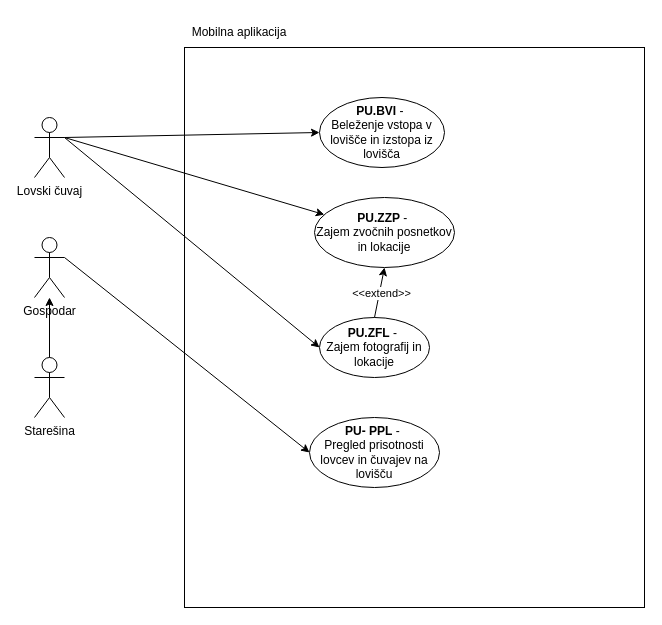
Above: Lovski cuvaj-Mobilna aplikacija.drawio in ErnestISv/Lovstvo (draw.io), before the change. Source tidied: cells renumbered, new cells numbered last; positions are measured from the earlier drawing's top-left corner, leaving out a move shared by most shapes. Both pictures are drawn from the tidied source at 100%, with x=0, y=0 at pixel (34, 17).
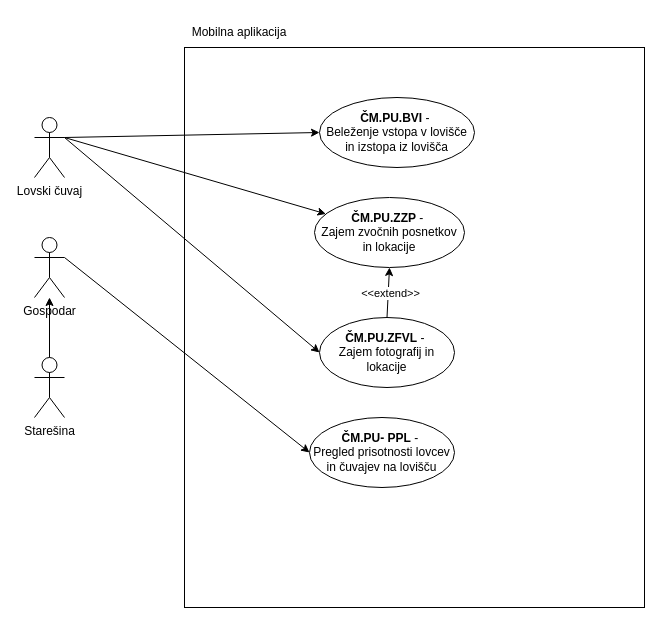
The same page after the edit.

Change to the diagram source:
```diff
@@
 <mxGraphModel>
   <root>
     <mxCell id="0" />
     <mxCell id="1" parent="0" />
     <mxCell id="2" style="rounded=0;whiteSpace=wrap;html=1;" parent="1" vertex="1">
       <mxGeometry x="150" y="30" width="460" height="560" as="geometry" />
     </mxCell>
     <mxCell id="3" value="Lovski čuvaj" style="shape=umlActor;verticalLabelPosition=bottom;verticalAlign=top;html=1;outlineConnect=0;" parent="1" vertex="1">
       <mxGeometry y="100" width="30" height="60" as="geometry" />
     </mxCell>
     <mxCell id="4" value="Starešina" style="shape=umlActor;verticalLabelPosition=bottom;verticalAlign=top;html=1;outlineConnect=0;" parent="1" vertex="1">
       <mxGeometry y="340" width="30" height="60" as="geometry" />
     </mxCell>
     <mxCell id="5" value="Gospodar" style="shape=umlActor;verticalLabelPosition=bottom;verticalAlign=top;html=1;outlineConnect=0;" parent="1" vertex="1">
       <mxGeometry y="220" width="30" height="60" as="geometry" />
     </mxCell>
-    <mxCell id="6" value="&lt;b&gt;PU.ZZP&lt;/b&gt; -&amp;nbsp;&lt;div&gt;Zajem zvočnih posnetkov in lokacije&lt;/div&gt;" style="ellipse;whiteSpace=wrap;html=1;" parent="1" vertex="1">
-      <mxGeometry x="280" y="180" width="140" height="70" as="geometry" />
+    <mxCell id="6" value="&lt;b&gt;ČM.PU.ZZP&lt;/b&gt; -&amp;nbsp;&lt;div&gt;Zajem zvočnih posnetkov in lokacije&lt;/div&gt;" style="ellipse;whiteSpace=wrap;html=1;" parent="1" vertex="1">
+      <mxGeometry x="280" y="180" width="150" height="70" as="geometry" />
     </mxCell>
     <mxCell id="7" style="endArrow=classic;html=1;rounded=0;exitX=1;exitY=0.3333333333333333;exitDx=0;exitDy=0;exitPerimeter=0;" parent="1" edge="1" source="3" target="6">
       <mxGeometry relative="1" as="geometry" />
     </mxCell>
-    <mxCell id="8" value="&lt;b&gt;PU.ZFL&lt;/b&gt; -&amp;nbsp;&lt;div&gt;Zajem fotografij in lokacije&lt;/div&gt;" style="ellipse;whiteSpace=wrap;html=1;" parent="1" vertex="1">
-      <mxGeometry x="285" y="300" width="110" height="60" as="geometry" />
+    <mxCell id="8" value="&lt;b&gt;ČM.PU.ZFVL&lt;/b&gt; -&amp;nbsp;&lt;div&gt;Zajem fotografij in lokacije&lt;/div&gt;" style="ellipse;whiteSpace=wrap;html=1;" parent="1" vertex="1">
+      <mxGeometry x="285" y="300" width="135" height="70" as="geometry" />
     </mxCell>
     <mxCell id="9" style="endArrow=classic;html=1;rounded=0;entryX=0;entryY=0.5;entryDx=0;entryDy=0;" parent="1" edge="1" target="8">
       <mxGeometry relative="1" as="geometry">
         <mxPoint x="30" y="120" as="sourcePoint" />
       </mxGeometry>
     </mxCell>
     <mxCell id="10" value="Mobilna aplikacija" style="text;html=1;align=center;verticalAlign=middle;whiteSpace=wrap;rounded=0;" parent="1" vertex="1">
       <mxGeometry x="150" width="110" height="30" as="geometry" />
     </mxCell>
-    <mxCell id="11" value="&lt;b&gt;PU- PPL&lt;/b&gt; -&amp;nbsp;&lt;div&gt;Pregled prisotnosti lovcev in čuvajev na lovišču&lt;/div&gt;" style="ellipse;whiteSpace=wrap;html=1;" parent="1" vertex="1">
-      <mxGeometry x="275" y="400" width="130" height="70" as="geometry" />
+    <mxCell id="11" value="&lt;b&gt;ČM.PU- PPL&lt;/b&gt; -&amp;nbsp;&lt;div&gt;Pregled prisotnosti lovcev in čuvajev na lovišču&lt;/div&gt;" style="ellipse;whiteSpace=wrap;html=1;" parent="1" vertex="1">
+      <mxGeometry x="275" y="400" width="145" height="70" as="geometry" />
     </mxCell>
     <mxCell id="12" style="endArrow=classic;html=1;rounded=0;exitX=1;exitY=0.3333333333333333;exitDx=0;exitDy=0;exitPerimeter=0;entryX=0;entryY=0.5;entryDx=0;entryDy=0;" parent="1" edge="1" source="5" target="11">
       <mxGeometry relative="1" as="geometry" />
     </mxCell>
     <mxCell id="13" style="endArrow=classic;html=1;rounded=0;exitX=0.5;exitY=0;exitDx=0;exitDy=0;exitPerimeter=0;" parent="1" edge="1" source="4" target="5">
       <mxGeometry relative="1" as="geometry" />
     </mxCell>
-    <mxCell id="14" value="&lt;b&gt;PU.BVI&lt;/b&gt; -&amp;nbsp;&lt;div&gt;Beleženje vstopa v lovišče in izstopa iz lovišča&lt;/div&gt;" style="ellipse;whiteSpace=wrap;html=1;" parent="1" vertex="1">
-      <mxGeometry x="285" y="80" width="125" height="70" as="geometry" />
+    <mxCell id="14" value="&lt;b&gt;ČM.PU.BVI&lt;/b&gt; -&amp;nbsp;&lt;div&gt;Beleženje vstopa v lovišče in izstopa iz lovišča&lt;/div&gt;" style="ellipse;whiteSpace=wrap;html=1;" parent="1" vertex="1">
+      <mxGeometry x="285" y="80" width="155" height="70" as="geometry" />
     </mxCell>
     <mxCell id="15" style="endArrow=classic;html=1;rounded=0;entryX=0;entryY=0.5;entryDx=0;entryDy=0;" parent="1" edge="1" target="14">
       <mxGeometry relative="1" as="geometry">
         <mxPoint x="30" y="120" as="sourcePoint" />
       </mxGeometry>
     </mxCell>
     <mxCell id="16" style="endArrow=classic;html=1;rounded=0;exitX=0.5;exitY=0;exitDx=0;exitDy=0;entryX=0.5;entryY=1;entryDx=0;entryDy=0;" parent="1" edge="1" source="8" target="6">
       <mxGeometry relative="1" as="geometry" />
     </mxCell>
     <mxCell id="17" value="&amp;lt;&amp;lt;extend&amp;gt;&amp;gt;" style="edgeLabel;html=1;align=center;verticalAlign=middle;" parent="16" vertex="1">
       <mxGeometry y="-2" relative="1" as="geometry" />
     </mxCell>
   </root>
 </mxGraphModel>
```
